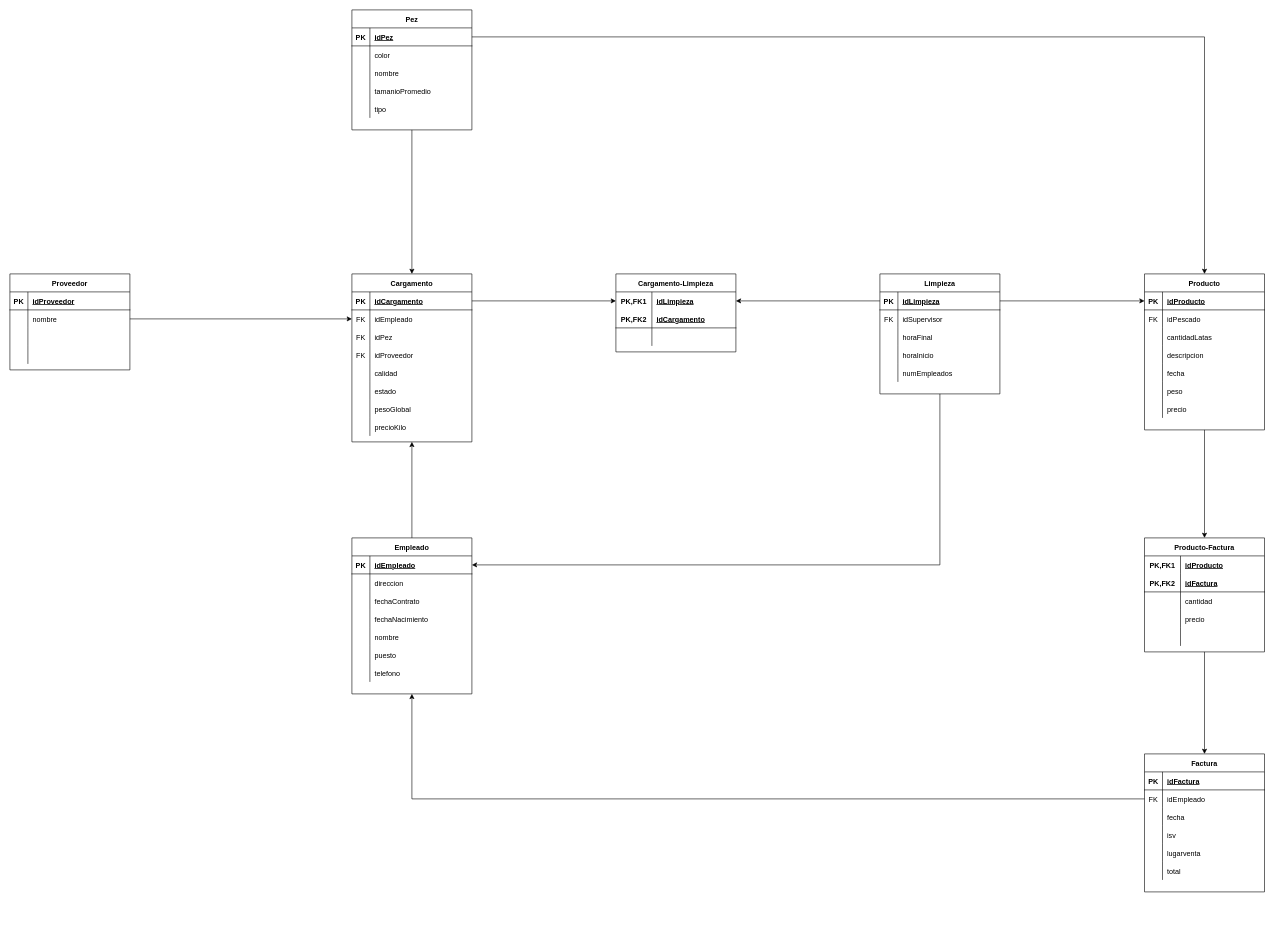
Before: DiagramaProyecto1(Pesquera)/DiagramaProyecto1(Pesquera)R.drawio in iamchapita/Bodega-Empresa-Pesquera, a draw.io diagram. Source tidied: cells renumbered, new cells numbered last; positions are measured from the earlier drawing's top-left corner, leaving out a move shared by most shapes. Both pictures are drawn from the tidied source at 60%, with x=0, y=0 at pixel (10, 10).
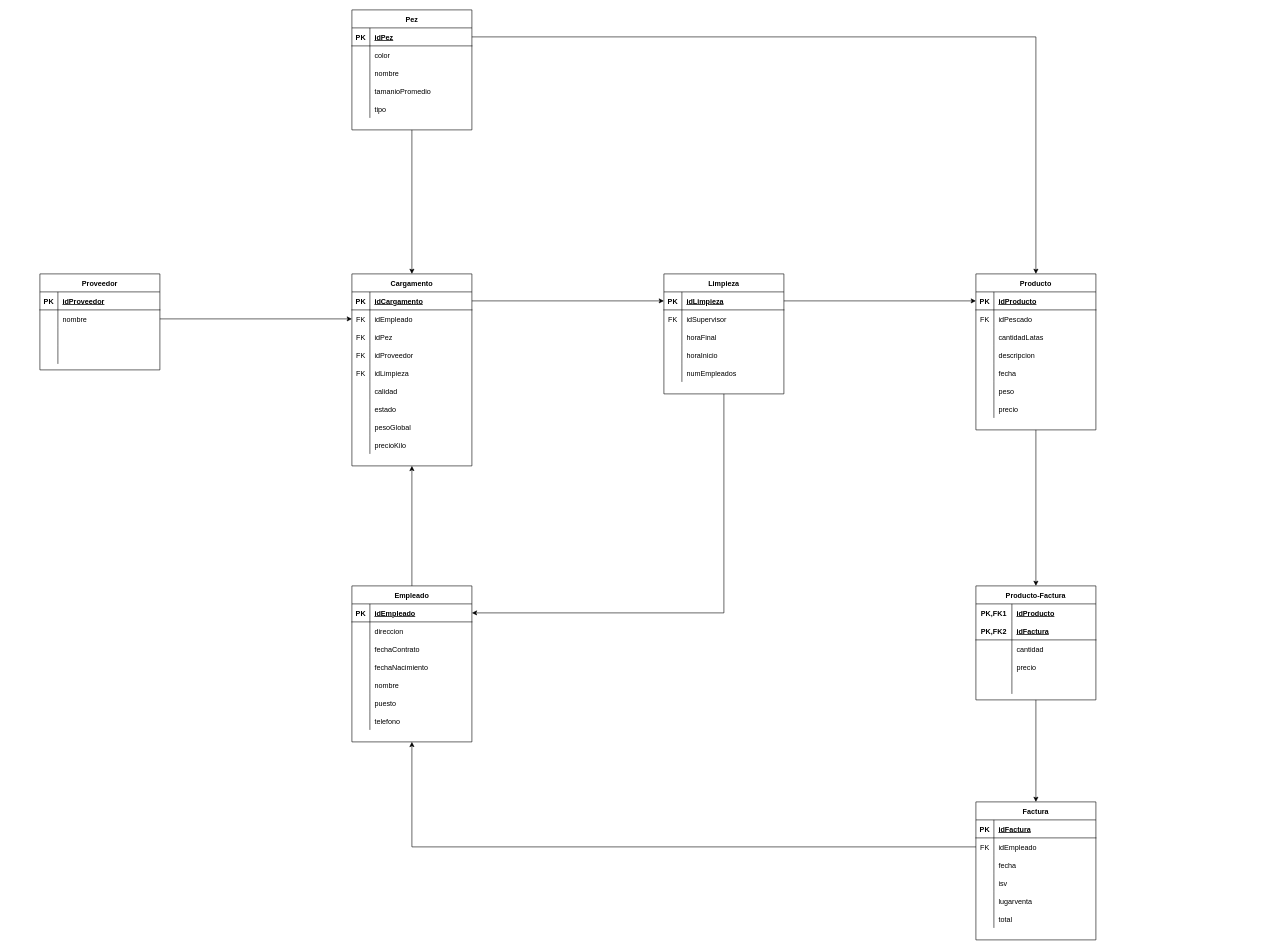
The same page after the edit.

Unchanged cells that the change refers to:
```xml
<mxCell id="16" style="shape=partialRectangle;fillColor=none;top=0;left=0;bottom=1;right=0;points=[[0,0.5],[1,0.5]];portConstraint=eastwest;" parent="15" vertex="1">
  <mxGeometry y="30" width="200" height="30" as="geometry" />
</mxCell>
<mxCell id="83" style="shape=partialRectangle;fillColor=none;top=0;left=0;bottom=1;right=0;points=[[0,0.5],[1,0.5]];portConstraint=eastwest;" parent="82" vertex="1">
  <mxGeometry y="30" width="200" height="30" as="geometry" />
</mxCell>
```

Diff of the diagram source:
```diff
@@
     <mxCell id="2" value="Proveedor" style="shape=table;startSize=30;childLayout=tableLayout;rowLines=0;fontStyle=1;align=center;" parent="1" vertex="1">
-      <mxGeometry y="440" width="200" height="160" as="geometry" />
+      <mxGeometry x="50" y="440" width="200" height="160" as="geometry" />
     </mxCell>
@@
     <mxCell id="15" value="Cargamento" style="shape=table;startSize=30;childLayout=tableLayout;rowLines=0;fontStyle=1;align=center;" parent="1" vertex="1">
-      <mxGeometry x="570" y="440" width="200" height="280" as="geometry" />
+      <mxGeometry x="570" y="440" width="200" height="320" as="geometry" />
     </mxCell>
@@
+    <mxCell id="172" style="shape=partialRectangle;fillColor=none;top=0;left=0;bottom=0;right=0;" parent="15" vertex="1">
+      <mxGeometry y="150" width="200" height="30" as="geometry" />
+    </mxCell>
+    <mxCell id="173" value="FK" style="shape=partialRectangle;fillColor=none;top=0;left=0;bottom=0;right=0;overflow=hidden;" parent="172" vertex="1">
+      <mxGeometry width="30" height="30" as="geometry" />
+    </mxCell>
+    <mxCell id="101" value="idLimpieza" style="shape=partialRectangle;fillColor=none;top=0;left=0;bottom=0;right=0;align=left;spacingLeft=6;overflow=hidden;" parent="172" vertex="1">
+      <mxGeometry x="30" width="170" height="30" as="geometry" />
+    </mxCell>
     <mxCell id="28" style="shape=partialRectangle;fillColor=none;top=0;left=0;bottom=0;right=0;" parent="15" vertex="1">
-      <mxGeometry y="150" width="200" height="30" as="geometry" />
+      <mxGeometry y="180" width="200" height="30" as="geometry" />
     </mxCell>
@@
     <mxCell id="31" style="shape=partialRectangle;fillColor=none;top=0;left=0;bottom=0;right=0;" parent="15" vertex="1">
-      <mxGeometry y="180" width="200" height="30" as="geometry" />
+      <mxGeometry y="210" width="200" height="30" as="geometry" />
     </mxCell>
@@
     <mxCell id="34" style="shape=partialRectangle;fillColor=none;top=0;left=0;bottom=0;right=0;" parent="15" vertex="1">
-      <mxGeometry y="210" width="200" height="30" as="geometry" />
+      <mxGeometry y="240" width="200" height="30" as="geometry" />
     </mxCell>
@@
     <mxCell id="37" style="shape=partialRectangle;fillColor=none;top=0;left=0;bottom=0;right=0;" parent="15" vertex="1">
-      <mxGeometry y="240" width="200" height="30" as="geometry" />
+      <mxGeometry y="270" width="200" height="30" as="geometry" />
     </mxCell>
@@
     <mxCell id="59" value="Empleado" style="shape=table;startSize=30;childLayout=tableLayout;rowLines=0;fontStyle=1;align=center;" parent="1" vertex="1">
-      <mxGeometry x="570" y="880" width="200" height="260" as="geometry" />
+      <mxGeometry x="570" y="960" width="200" height="260" as="geometry" />
     </mxCell>
@@
     <mxCell id="82" value="Limpieza" style="shape=table;startSize=30;childLayout=tableLayout;rowLines=0;fontStyle=1;align=center;" parent="1" vertex="1">
-      <mxGeometry x="1450" y="440" width="200" height="200" as="geometry" />
+      <mxGeometry x="1090" y="440" width="200" height="200" as="geometry" />
     </mxCell>
@@
-    <mxCell id="98" value="Cargamento-Limpieza" style="shape=table;startSize=30;childLayout=tableLayout;rowLines=0;fontStyle=1;align=center;" parent="1" vertex="1">
-      <mxGeometry x="1010" y="440" width="200" height="130" as="geometry" />
-    </mxCell>
-    <mxCell id="99" style="shape=partialRectangle;fillColor=none;top=0;left=0;bottom=0;right=0;points=[[0,0.5],[1,0.5]];portConstraint=eastwest;" parent="98" vertex="1">
-      <mxGeometry y="30" width="200" height="30" as="geometry" />
-    </mxCell>
-    <mxCell id="100" value="PK,FK1" style="shape=partialRectangle;fillColor=none;top=0;left=0;bottom=0;right=0;fontStyle=1;overflow=hidden;" parent="99" vertex="1">
-      <mxGeometry width="60" height="30" as="geometry" />
-    </mxCell>
-    <mxCell id="101" value="idLimpieza" style="shape=partialRectangle;fillColor=none;top=0;left=0;bottom=0;right=0;align=left;spacingLeft=6;fontStyle=5;overflow=hidden;" parent="99" vertex="1">
-      <mxGeometry x="60" width="140" height="30" as="geometry" />
-    </mxCell>
-    <mxCell id="102" style="shape=partialRectangle;fillColor=none;top=0;left=0;bottom=1;right=0;" parent="98" vertex="1">
-      <mxGeometry y="60" width="200" height="30" as="geometry" />
-    </mxCell>
-    <mxCell id="103" value="PK,FK2" style="shape=partialRectangle;fillColor=none;top=0;left=0;bottom=0;right=0;fontStyle=1;overflow=hidden;" parent="102" vertex="1">
-      <mxGeometry width="60" height="30" as="geometry" />
-    </mxCell>
-    <mxCell id="104" value="idCargamento" style="shape=partialRectangle;fillColor=none;top=0;left=0;bottom=0;right=0;align=left;spacingLeft=6;fontStyle=5;overflow=hidden;" parent="102" vertex="1">
-      <mxGeometry x="60" width="140" height="30" as="geometry" />
-    </mxCell>
-    <mxCell id="105" style="shape=partialRectangle;fillColor=none;top=0;left=0;bottom=0;right=0;" parent="98" vertex="1">
-      <mxGeometry y="90" width="200" height="30" as="geometry" />
-    </mxCell>
-    <mxCell id="106" style="shape=partialRectangle;fillColor=none;top=0;left=0;bottom=0;right=0;overflow=hidden;" parent="105" vertex="1">
-      <mxGeometry width="60" height="30" as="geometry" />
-    </mxCell>
-    <mxCell id="107" style="shape=partialRectangle;fillColor=none;top=0;left=0;bottom=0;right=0;align=left;spacingLeft=6;overflow=hidden;" parent="105" vertex="1">
-      <mxGeometry x="60" width="140" height="30" as="geometry" />
-    </mxCell>
-    <mxCell id="108" style="edgeStyle=orthogonalEdgeStyle;rounded=0;jettySize=auto;html=1;exitX=1;exitY=0.5;exitDx=0;exitDy=0;entryX=0;entryY=0.5;entryDx=0;entryDy=0;" parent="1" edge="1" source="16" target="99">
+    <mxCell id="108" style="edgeStyle=orthogonalEdgeStyle;rounded=0;jettySize=auto;html=1;exitX=1;exitY=0.5;exitDx=0;exitDy=0;entryX=0;entryY=0.5;entryDx=0;entryDy=0;" parent="1" edge="1" source="16" target="83">
       <mxGeometry relative="1" as="geometry" />
     </mxCell>
-    <mxCell id="109" style="edgeStyle=orthogonalEdgeStyle;rounded=0;jettySize=auto;html=1;exitX=0;exitY=0.5;exitDx=0;exitDy=0;entryX=1;entryY=0.5;entryDx=0;entryDy=0;" parent="1" edge="1" source="83" target="99">
-      <mxGeometry relative="1" as="geometry" />
-    </mxCell>
@@
     <mxCell id="111" value="Producto" style="shape=table;startSize=30;childLayout=tableLayout;rowLines=0;fontStyle=1;align=center;" parent="1" vertex="1">
-      <mxGeometry x="1891" y="440" width="200" height="260" as="geometry" />
+      <mxGeometry x="1610" y="440" width="200" height="260" as="geometry" />
     </mxCell>
@@
     <mxCell id="136" value="Producto-Factura" style="shape=table;startSize=30;childLayout=tableLayout;rowLines=0;fontStyle=1;align=center;" parent="1" vertex="1">
-      <mxGeometry x="1891" y="880" width="200" height="190" as="geometry" />
+      <mxGeometry x="1610" y="960" width="200" height="190" as="geometry" />
     </mxCell>
@@
     <mxCell id="152" value="Factura" style="shape=table;startSize=30;childLayout=tableLayout;rowLines=0;fontStyle=1;align=center;" parent="1" vertex="1">
-      <mxGeometry x="1891" y="1240" width="200" height="230" as="geometry" />
+      <mxGeometry x="1610" y="1320" width="200" height="230" as="geometry" />
     </mxCell>
```
